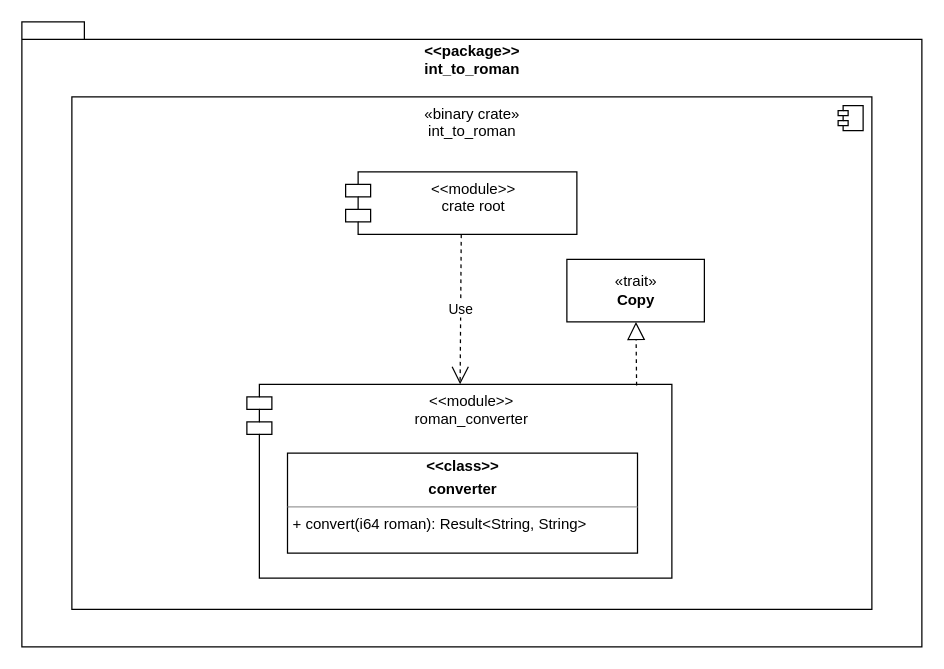
Before: roman_to_int.drawio in minsys/int_to_roman, a draw.io diagram. Source tidied: cells renumbered, new cells numbered last; positions are measured from the earlier drawing's top-left corner, leaving out a move shared by most shapes. Both pictures are drawn from the tidied source at 125%, with x=0, y=0 at pixel (21, 21).
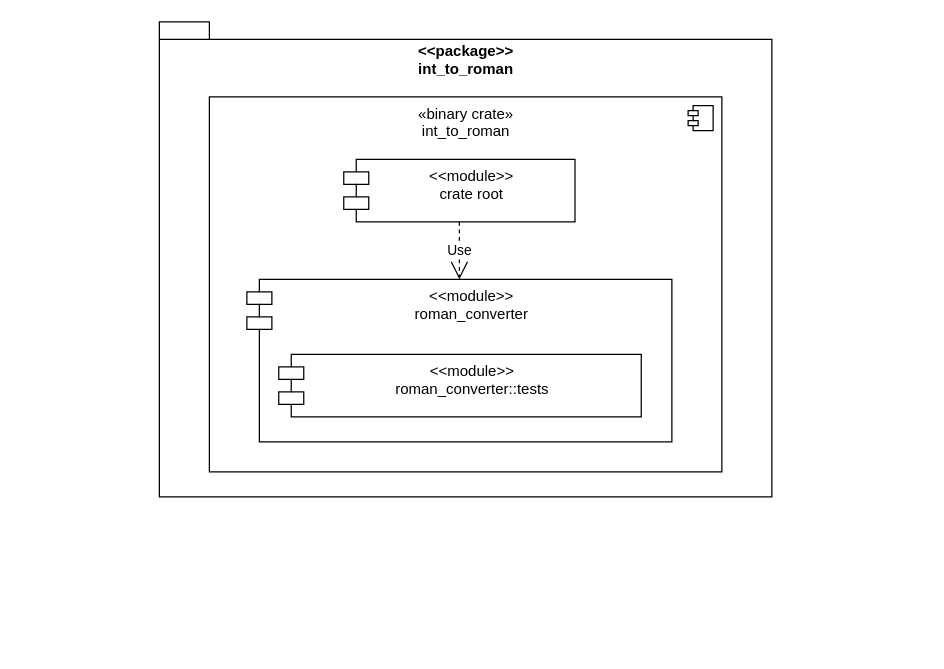
The same page after the edit.

Change to the diagram source:
```diff
@@
 <mxGraphModel>
   <root>
     <mxCell id="0" />
     <mxCell id="1" parent="0" />
     <mxCell id="2" value="&amp;lt;&amp;lt;package&amp;gt;&amp;gt;&lt;br&gt;int_to_roman" style="shape=folder;fontStyle=1;spacingTop=10;tabWidth=40;tabHeight=14;tabPosition=left;html=1;align=center;verticalAlign=top;" parent="1" vertex="1">
-      <mxGeometry width="720" height="500" as="geometry" />
+      <mxGeometry x="110" width="490" height="380" as="geometry" />
     </mxCell>
     <mxCell id="3" value="«binary crate»&lt;br&gt;int_to_roman" style="html=1;verticalAlign=top;" parent="1" vertex="1">
-      <mxGeometry x="40" y="60" width="640" height="410" as="geometry" />
+      <mxGeometry x="150" y="60" width="410" height="300" as="geometry" />
     </mxCell>
     <mxCell id="4" style="shape=module;jettyWidth=8;jettyHeight=4;" parent="3" vertex="1">
       <mxGeometry x="1" width="20" height="20" relative="1" as="geometry">
         <mxPoint x="-27" y="7" as="offset" />
       </mxGeometry>
     </mxCell>
     <mxCell id="5" value="&lt;&lt;module&gt;&gt;&#10;roman_converter" style="shape=module;align=left;spacingLeft=20;align=center;verticalAlign=top;" parent="1" vertex="1">
-      <mxGeometry x="180" y="290" width="340" height="155" as="geometry" />
+      <mxGeometry x="180" y="206" width="340" height="130" as="geometry" />
     </mxCell>
-    <mxCell id="6" value="«trait»&lt;br&gt;&lt;b&gt;Copy&lt;/b&gt;" style="html=1;" parent="1" vertex="1">
-      <mxGeometry x="436" y="190" width="110" height="50" as="geometry" />
-    </mxCell>
-    <mxCell id="7" style="endArrow=block;dashed=1;endFill=0;endSize=12;html=1;rounded=0;exitX=0.917;exitY=0.006;exitDx=0;exitDy=0;exitPerimeter=0;" parent="1" edge="1" source="5" target="6">
-      <mxGeometry relative="1" as="geometry" />
-    </mxCell>
-    <mxCell id="8" value="&lt;p style=&quot;margin:0px;margin-top:4px;text-align:center;&quot;&gt;&lt;b&gt;&amp;lt;&amp;lt;class&amp;gt;&amp;gt;&lt;/b&gt;&lt;/p&gt;&lt;p style=&quot;margin:0px;margin-top:4px;text-align:center;&quot;&gt;&lt;b&gt;converter&lt;/b&gt;&lt;/p&gt;&lt;hr size=&quot;1&quot;&gt;&lt;p style=&quot;margin:0px;margin-left:4px;&quot;&gt;+ convert(i64 roman): Result&amp;lt;String, String&amp;gt;&lt;/p&gt;" style="verticalAlign=top;align=left;overflow=fill;fontSize=12;fontFamily=Helvetica;html=1;" parent="1" vertex="1">
-      <mxGeometry x="212.5" y="345" width="280" height="80" as="geometry" />
-    </mxCell>
     <mxCell id="9" value="&lt;&lt;module&gt;&gt;&#10;crate root" style="shape=module;align=left;spacingLeft=20;align=center;verticalAlign=top;" parent="1" vertex="1">
-      <mxGeometry x="259" y="120" width="185" height="50" as="geometry" />
+      <mxGeometry x="257.5" y="110" width="185" height="50" as="geometry" />
     </mxCell>
     <mxCell id="10" value="Use" style="endArrow=open;endSize=12;dashed=1;html=1;rounded=0;exitX=0.5;exitY=1;exitDx=0;exitDy=0;" parent="1" edge="1" source="9" target="5">
       <mxGeometry relative="1" as="geometry" />
     </mxCell>
+    <mxCell id="11" value="&lt;&lt;module&gt;&gt;&#10;roman_converter::tests" style="shape=module;align=left;spacingLeft=20;align=center;verticalAlign=top;" parent="1" vertex="1">
+      <mxGeometry x="205.5" y="266" width="290" height="50" as="geometry" />
+    </mxCell>
   </root>
 </mxGraphModel>
```
